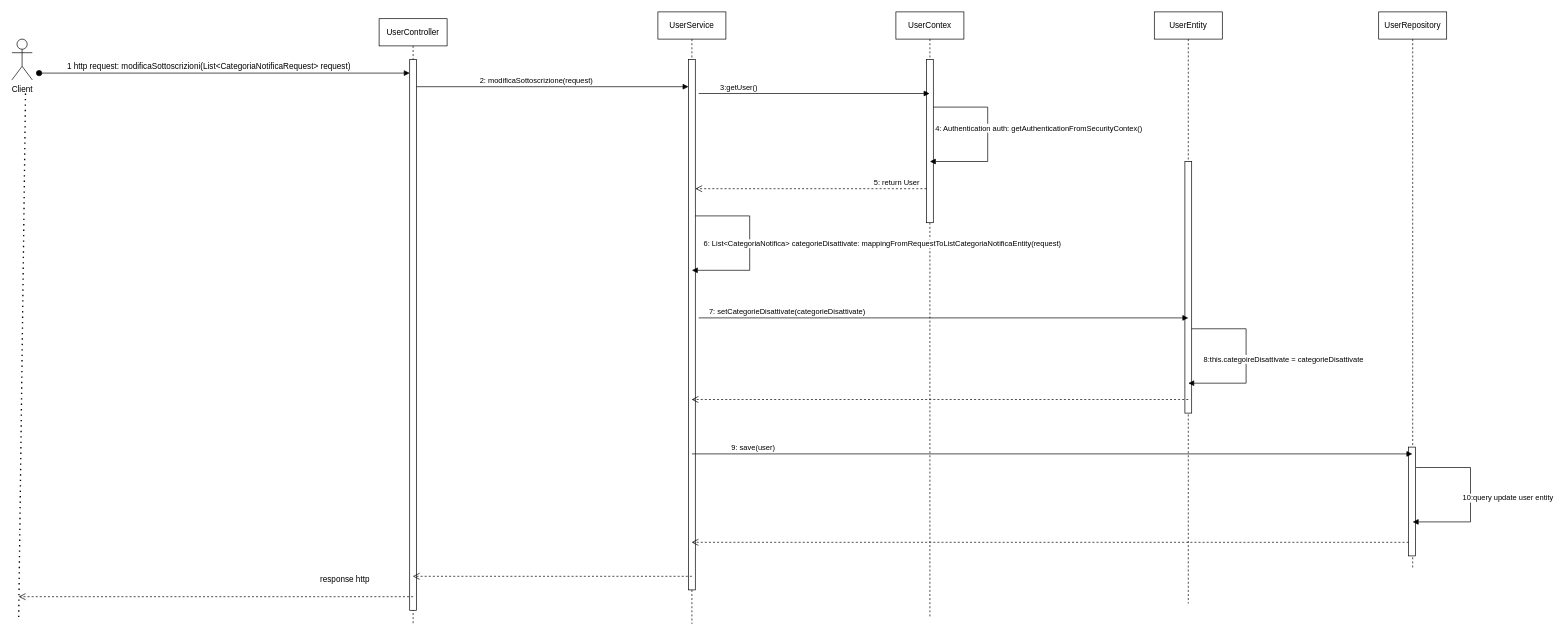
The draw.io diagram diagrammi/Sequence Diagram Modifica Sottoscrizioni Categorie Notifiche.drawio in Sperob98/Documentazione-DietiEstates25, before the edit. Source tidied: cells renumbered, new cells numbered last; positions are measured from the earlier drawing's top-left corner, leaving out a move shared by most shapes. Both pictures are drawn from the tidied source at 68%, with x=0, y=0 at pixel (12, 12).
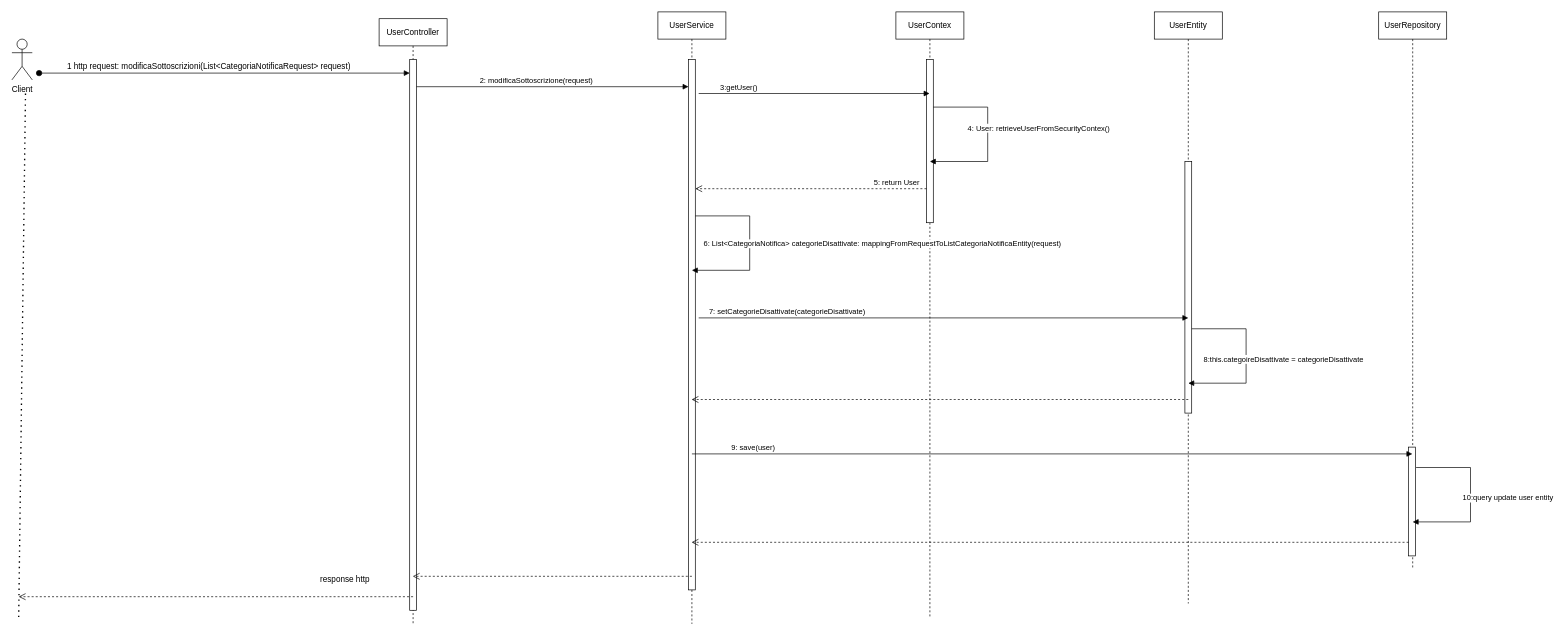
The same page after the edit.

What changed in the source:
```diff
@@
-    <mxCell id="15" value="4: Authentication auth: getAuthenticationFromSecurityContex()" style="html=1;verticalAlign=bottom;endArrow=block;curved=0;rounded=0;" parent="1" edge="1">
+    <mxCell id="15" value="4: User: retrieveUserFromSecurityContex()" style="html=1;verticalAlign=bottom;endArrow=block;curved=0;rounded=0;" parent="1" edge="1">
       <mxGeometry x="-0.02" y="75" relative="1" as="geometry">
         <mxPoint x="1355" y="140" as="sourcePoint" />
         <mxPoint x="1350" y="220" as="targetPoint" />
         <Array as="points">
           <mxPoint x="1435" y="140" />
           <mxPoint x="1435" y="220" />
         </Array>
       </mxGeometry>
     </mxCell>
```
